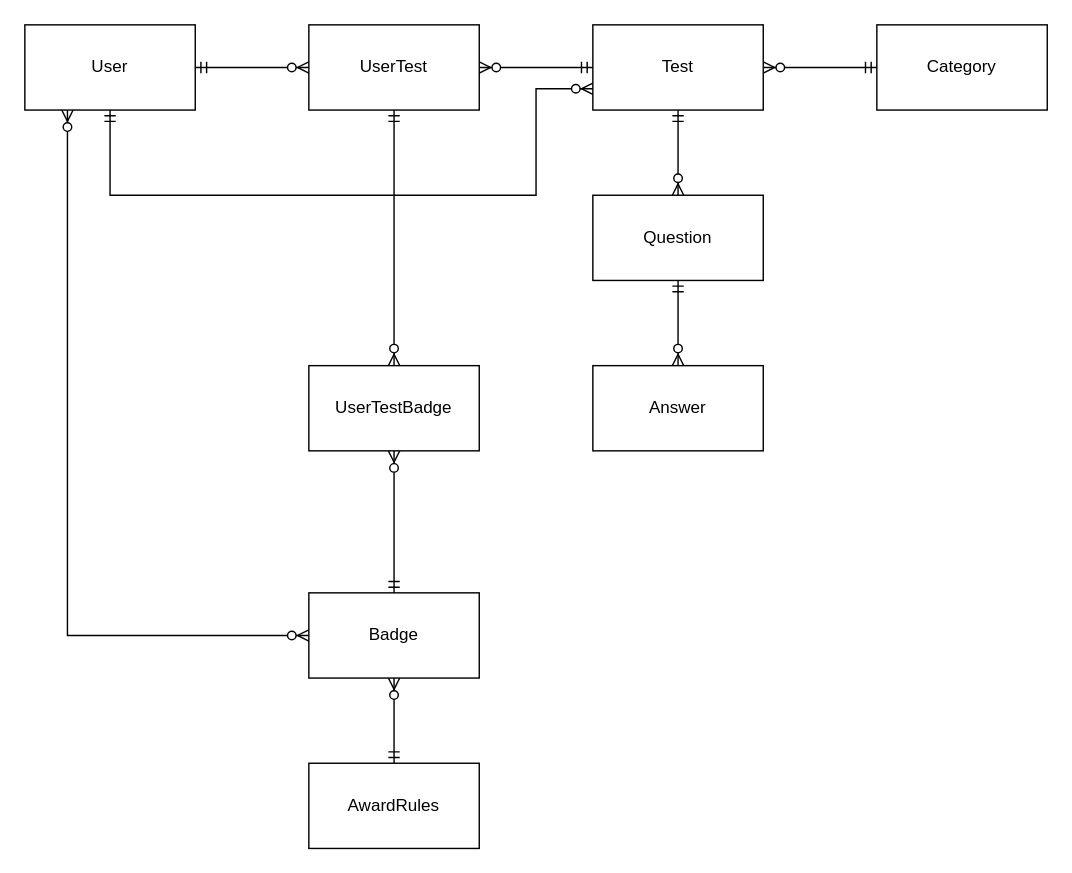
Earlier version of the draw.io diagram Untitled Diagram.drawio (Alex-Govorov/sync). Source tidied: cells renumbered, new cells numbered last; positions are measured from the earlier drawing's top-left corner, leaving out a move shared by most shapes. Both pictures are drawn from the tidied source at 142%, with x=0, y=0 at pixel (24, 24).
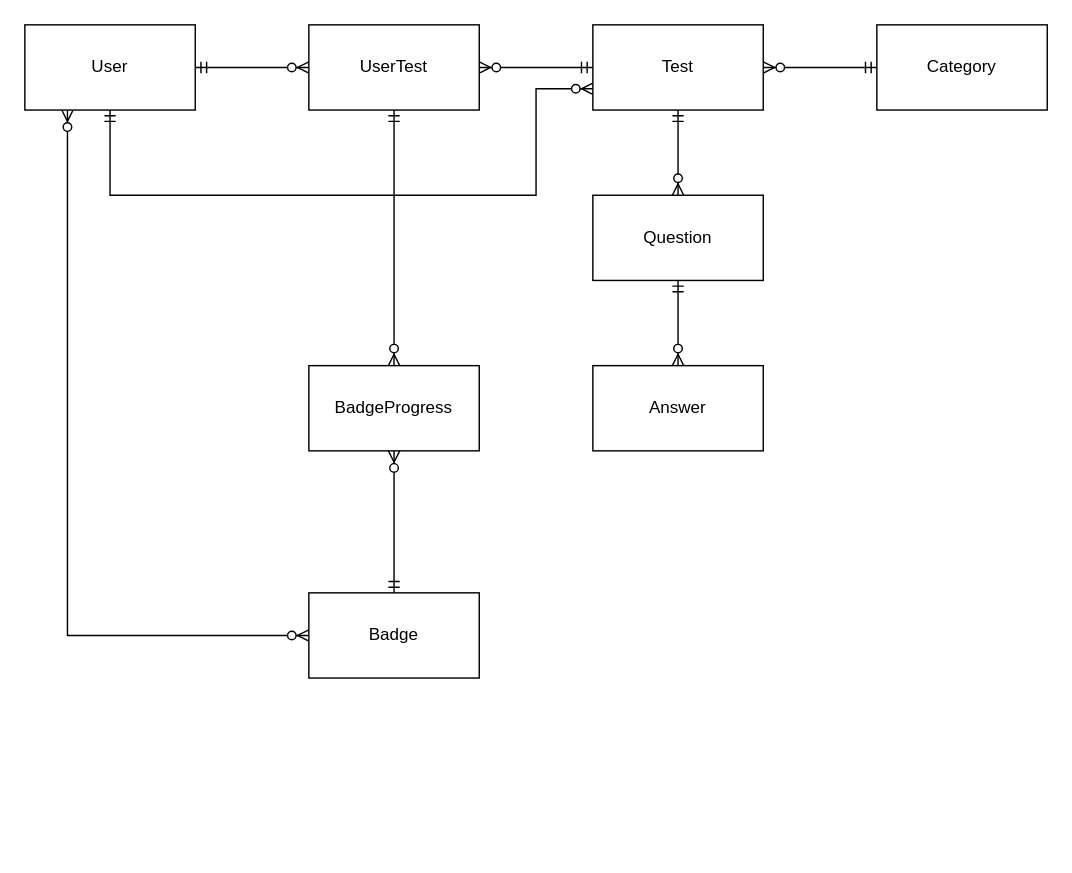
The same diagram, later.

The change refers to these unchanged cells:
```xml
<mxCell id="16" value="Badge" style="whiteSpace=wrap;html=1;align=center;" parent="1" vertex="1">
  <mxGeometry x="200" y="400" width="120" height="60" as="geometry" />
</mxCell>
```

What changed in the source:
```diff
@@
-    <mxCell id="14" style="edgeStyle=orthogonalEdgeStyle;rounded=0;jettySize=auto;html=1;entryX=0.5;entryY=0;entryDx=0;entryDy=0;endArrow=ERmandOne;endFill=0;startArrow=ERzeroToMany;startFill=1;" parent="1" edge="1" source="16" target="17">
-      <mxGeometry relative="1" as="geometry" />
-    </mxCell>
@@
-    <mxCell id="17" value="AwardRules" style="whiteSpace=wrap;html=1;align=center;" parent="1" vertex="1">
-      <mxGeometry x="200" y="520" width="120" height="60" as="geometry" />
-    </mxCell>
@@
-    <mxCell id="20" value="UserTestBadge" style="whiteSpace=wrap;html=1;align=center;" parent="1" vertex="1">
+    <mxCell id="20" value="BadgeProgress" style="whiteSpace=wrap;html=1;align=center;" parent="1" vertex="1">
       <mxGeometry x="200" y="240" width="120" height="60" as="geometry" />
     </mxCell>
```
